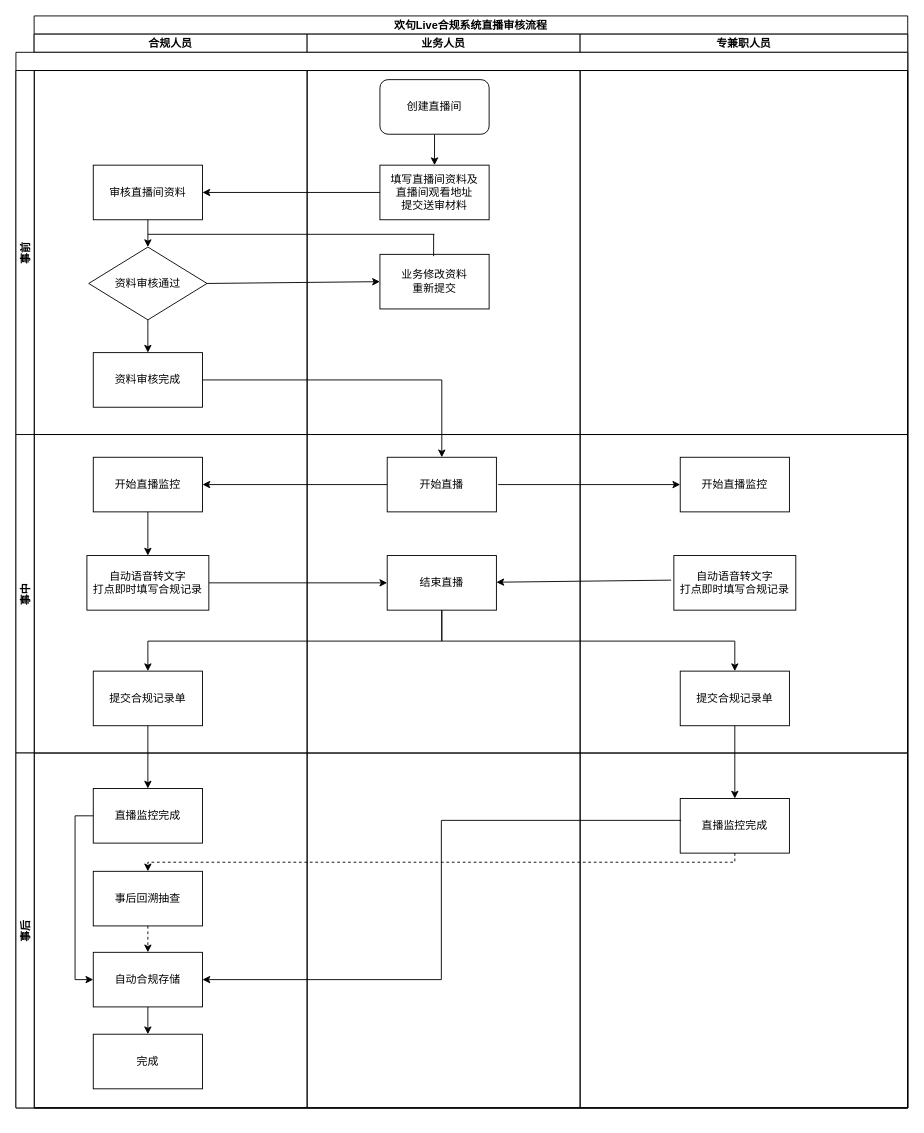
liufbox/doc keeps this draw.io diagram as zhaoshang1.drawio. Above is the earlier version. Source tidied: cells renumbered, new cells numbered last; positions are measured from the earlier drawing's top-left corner, leaving out a move shared by most shapes. Both pictures are drawn from the tidied source at 91%, with x=0, y=0 at pixel (15, 15).
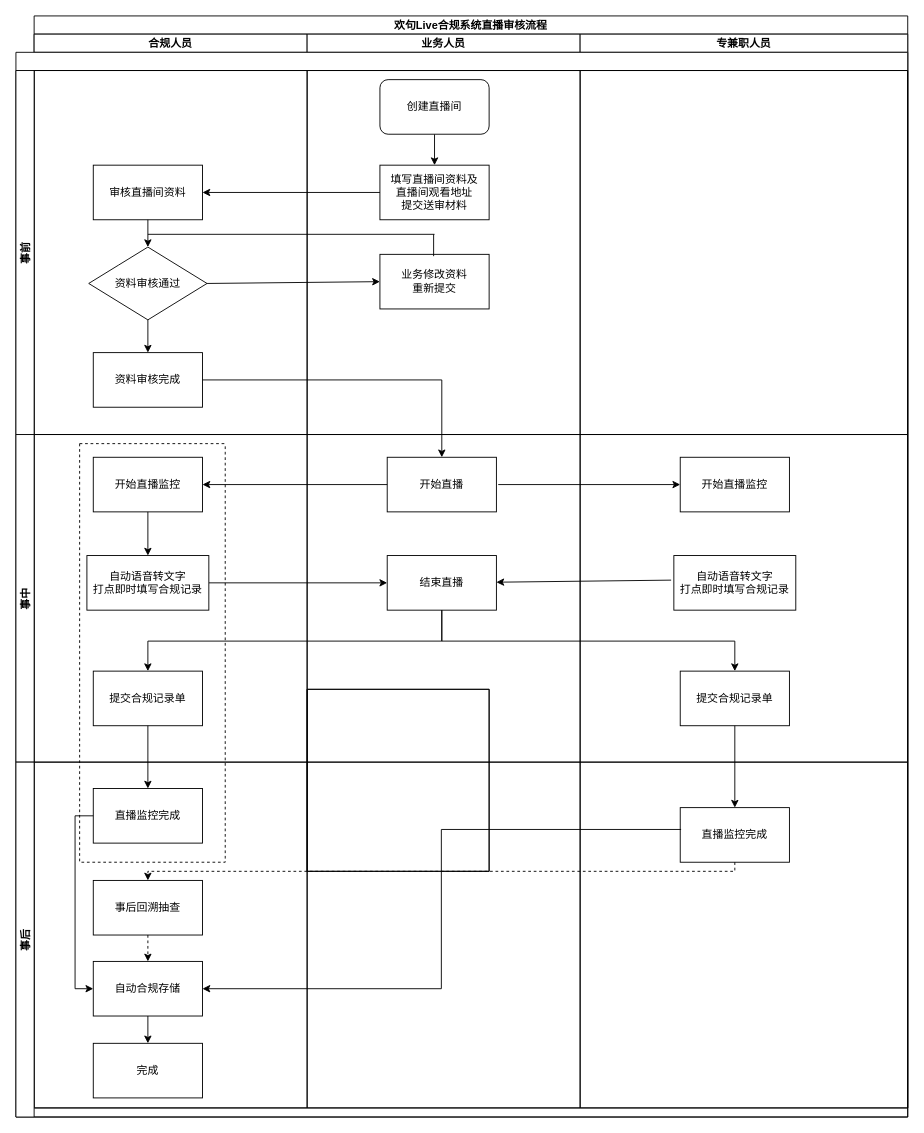
Above is the later version.

The change refers to these unchanged cells:
```xml
<mxCell id="6" value="专兼职人员" style="swimlane;startSize=20;" parent="2" vertex="1">
  <mxGeometry x="600" y="20" width="360" height="1180" as="geometry" />
</mxCell>
```

Diff of the diagram source:
```diff
@@
     <mxCell id="7" style="swimlane;horizontal=1;startSize=20;" parent="6" vertex="1">
-      <mxGeometry x="-620" y="20" width="980" height="1160" as="geometry" />
+      <mxGeometry x="-620" y="20" width="980" height="1170" as="geometry" />
     </mxCell>
@@
     <mxCell id="20" value="事中" style="swimlane;startSize=20;horizontal=0;" parent="7" vertex="1">
-      <mxGeometry y="420" width="980" height="350" as="geometry" />
+      <mxGeometry y="420" width="980" height="360" as="geometry" />
     </mxCell>
@@
     <mxCell id="35" value="事后" style="swimlane;startSize=20;horizontal=0;" parent="7" vertex="1">
-      <mxGeometry y="770" width="980" height="390" as="geometry" />
+      <mxGeometry y="780" width="980" height="390" as="geometry" />
     </mxCell>
@@
+    <mxCell id="51" style="swimlane;startSize=0;" parent="1" vertex="1">
+      <mxGeometry x="320" y="740" width="200" height="200" as="geometry" />
+    </mxCell>
+    <mxCell id="52" style="swimlane;startSize=0;" parent="1" vertex="1">
+      <mxGeometry x="320" y="740" width="200" height="200" as="geometry" />
+    </mxCell>
+    <mxCell id="53" style="swimlane;startSize=0;dashed=1;" parent="1" vertex="1">
+      <mxGeometry x="70" y="470" width="160" height="460" as="geometry" />
+    </mxCell>
```
